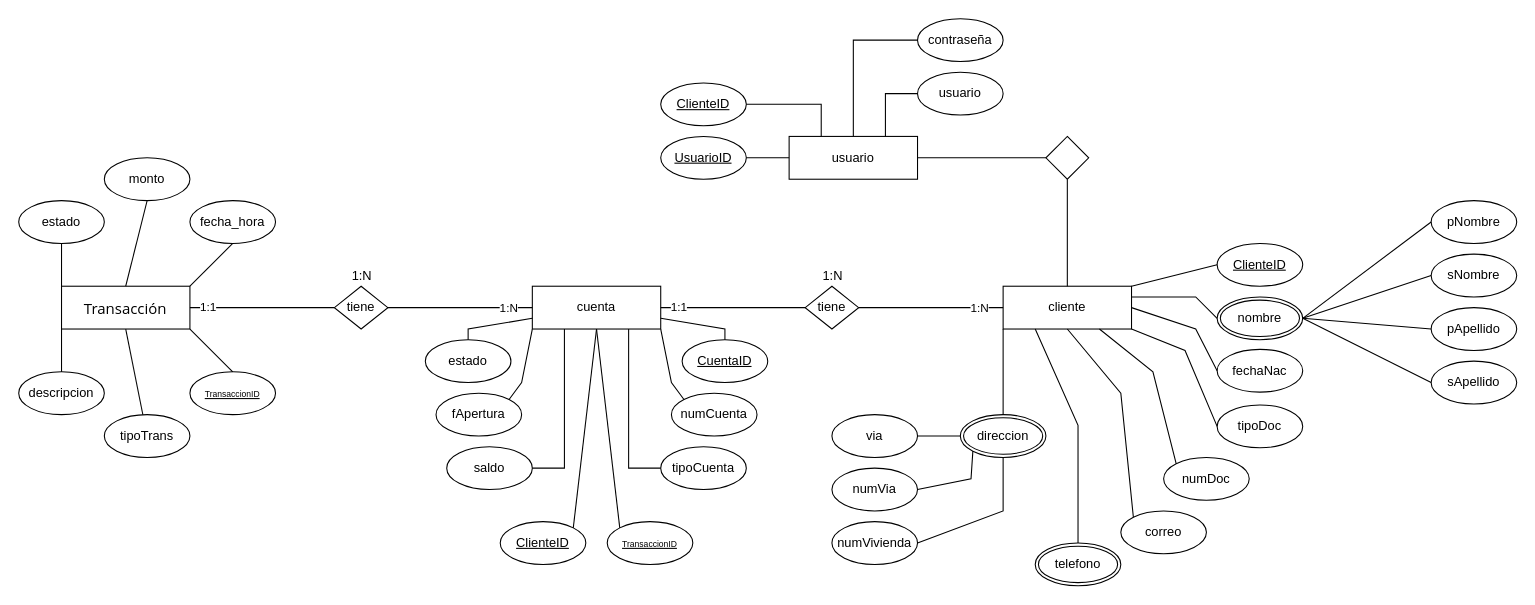
The draw.io diagram page "Página-5" (5 of 5) of Diagrama sin título.drawio in JDFrontEnd/programacion-software-sena, before the edit. Source tidied: cells renumbered, new cells numbered last; positions are measured from the earlier drawing's top-left corner, leaving out a move shared by most shapes. Both pictures are drawn from the tidied source at 107%, with x=0, y=0 at pixel (18, 18).
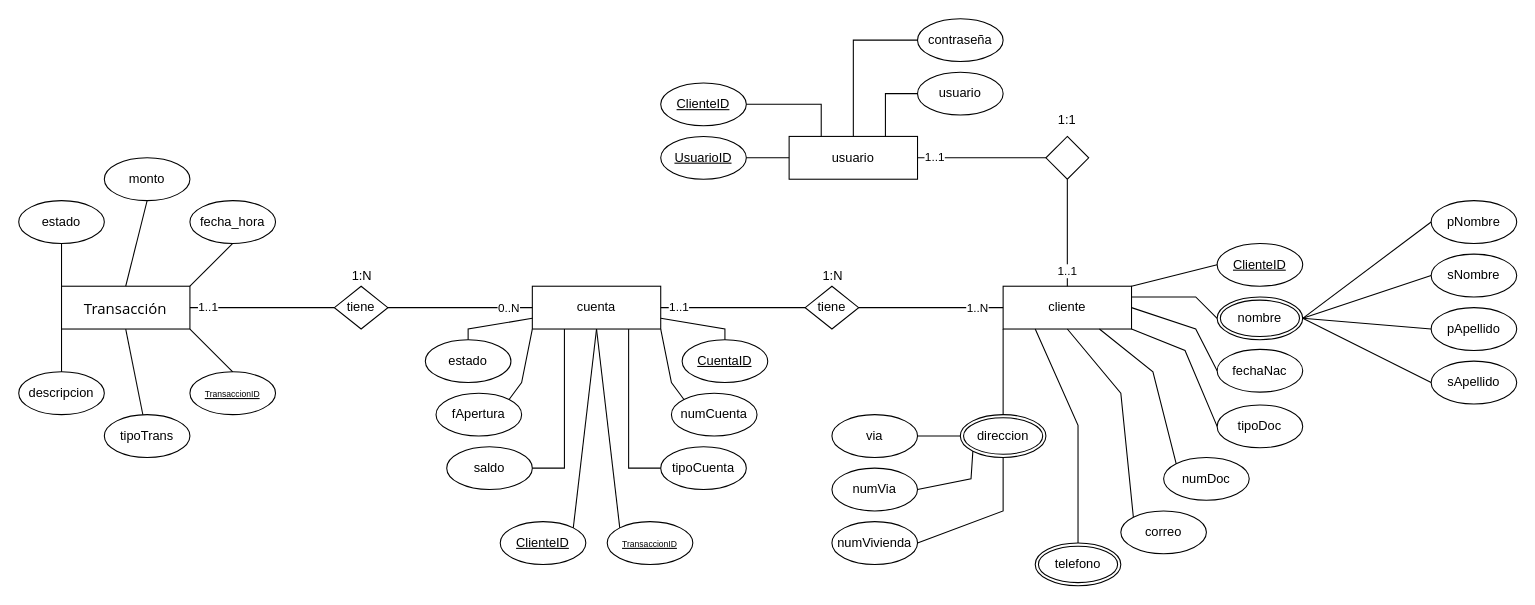
After the change.

The change refers to these unchanged cells:
```xml
<mxCell id="17" style="endArrow=none;html=1;rounded=0;defaultLabelBackgroundColor=page;labelPadding=0 4;entryX=0;entryY=0.5;entryDx=0;entryDy=0;exitX=1;exitY=0.5;exitDx=0;exitDy=0;" parent="1" edge="1" source="16" target="2">
  <mxGeometry relative="1" as="geometry" />
</mxCell>
<mxCell id="19" style="endArrow=none;html=1;rounded=0;defaultLabelBackgroundColor=page;labelPadding=0 4;entryX=0;entryY=0.5;entryDx=0;entryDy=0;exitX=1;exitY=0.5;exitDx=0;exitDy=0;" parent="1" edge="1" source="14" target="16">
  <mxGeometry relative="1" as="geometry" />
</mxCell>
<mxCell id="22" style="endArrow=none;html=1;rounded=0;defaultLabelBackgroundColor=page;labelPadding=0 4;entryX=0;entryY=0.5;entryDx=0;entryDy=0;exitX=1;exitY=0.5;exitDx=0;exitDy=0;" parent="1" edge="1" source="26" target="14">
  <mxGeometry relative="1" as="geometry" />
</mxCell>
<mxCell id="24" style="endArrow=none;html=1;rounded=0;defaultLabelBackgroundColor=page;labelPadding=0 4;entryX=0;entryY=0.5;entryDx=0;entryDy=0;exitX=1;exitY=0.5;exitDx=0;exitDy=0;" parent="1" edge="1" source="15" target="26">
  <mxGeometry relative="1" as="geometry" />
</mxCell>
<mxCell id="62" style="endArrow=none;html=1;rounded=0;defaultLabelBackgroundColor=page;labelPadding=0 4;entryX=0.5;entryY=1;entryDx=0;entryDy=0;exitX=0.5;exitY=0;exitDx=0;exitDy=0;" parent="1" edge="1" source="2" target="61">
  <mxGeometry relative="1" as="geometry" />
</mxCell>
<mxCell id="63" style="endArrow=none;html=1;rounded=0;defaultLabelBackgroundColor=page;labelPadding=0 4;entryX=0;entryY=0.5;entryDx=0;entryDy=0;exitX=1;exitY=0.5;exitDx=0;exitDy=0;" parent="1" edge="1" source="57" target="61">
  <mxGeometry relative="1" as="geometry" />
</mxCell>
```

What changed in the source:
```diff
@@
-    <mxCell id="18" value="1:N" style="edgeLabel;html=1;align=center;verticalAlign=middle;inheritText=1;defaultLabelBackgroundColor=page;labelPadding=0 4;" parent="17" vertex="1">
-      <mxGeometry x="0.66" relative="1" as="geometry" />
+    <mxCell id="18" value="1..N" style="edgeLabel;html=1;align=center;verticalAlign=middle;inheritText=1;defaultLabelBackgroundColor=page;labelPadding=0 4;" parent="17" vertex="1">
+      <mxGeometry x="0.66" relative="1" as="geometry">
+        <mxPoint x="-2" as="offset" />
+      </mxGeometry>
     </mxCell>
@@
-    <mxCell id="20" value="1:1" style="edgeLabel;html=1;align=center;verticalAlign=middle;inheritText=1;defaultLabelBackgroundColor=page;labelPadding=0 4;" parent="19" vertex="1">
+    <mxCell id="20" value="1..1" style="edgeLabel;html=1;align=center;verticalAlign=middle;inheritText=1;defaultLabelBackgroundColor=page;labelPadding=0 4;" parent="19" vertex="1">
       <mxGeometry x="-0.76" y="-1" relative="1" as="geometry">
         <mxPoint y="-2" as="offset" />
       </mxGeometry>
     </mxCell>
@@
-    <mxCell id="23" value="1:N" style="edgeLabel;html=1;align=center;verticalAlign=middle;inheritText=1;defaultLabelBackgroundColor=page;labelPadding=0 4;" parent="22" vertex="1">
+    <mxCell id="23" value="0..N" style="edgeLabel;html=1;align=center;verticalAlign=middle;inheritText=1;defaultLabelBackgroundColor=page;labelPadding=0 4;" parent="22" vertex="1">
       <mxGeometry x="0.66" relative="1" as="geometry" />
     </mxCell>
@@
-    <mxCell id="25" value="1:1" style="edgeLabel;html=1;align=center;verticalAlign=middle;inheritText=1;defaultLabelBackgroundColor=page;labelPadding=0 4;" parent="24" vertex="1">
+    <mxCell id="25" value="1..1" style="edgeLabel;html=1;align=center;verticalAlign=middle;inheritText=1;defaultLabelBackgroundColor=page;labelPadding=0 4;" parent="24" vertex="1">
       <mxGeometry x="-0.76" y="-1" relative="1" as="geometry">
         <mxPoint y="-2" as="offset" />
       </mxGeometry>
     </mxCell>
@@
+    <mxCell id="87" value="1..1" style="edgeLabel;html=1;align=center;verticalAlign=middle;inheritText=1;defaultLabelBackgroundColor=page;labelPadding=0 4;" parent="62" vertex="1">
+      <mxGeometry x="-0.73" relative="1" as="geometry">
+        <mxPoint x="-1" y="-1" as="offset" />
+      </mxGeometry>
+    </mxCell>
@@
+    <mxCell id="88" value="1..1" style="edgeLabel;html=1;align=center;verticalAlign=middle;inheritText=1;defaultLabelBackgroundColor=page;labelPadding=0 4;" parent="63" vertex="1">
+      <mxGeometry x="-0.81" relative="1" as="geometry">
+        <mxPoint x="4" y="-2" as="offset" />
+      </mxGeometry>
+    </mxCell>
@@
+    <mxCell id="89" value="1:1" style="text;html=1;whiteSpace=wrap;strokeColor=none;fillColor=none;align=center;verticalAlign=middle;rounded=0;" parent="1" vertex="1">
+      <mxGeometry x="950" y="80" width="60" height="30" as="geometry" />
+    </mxCell>
```
